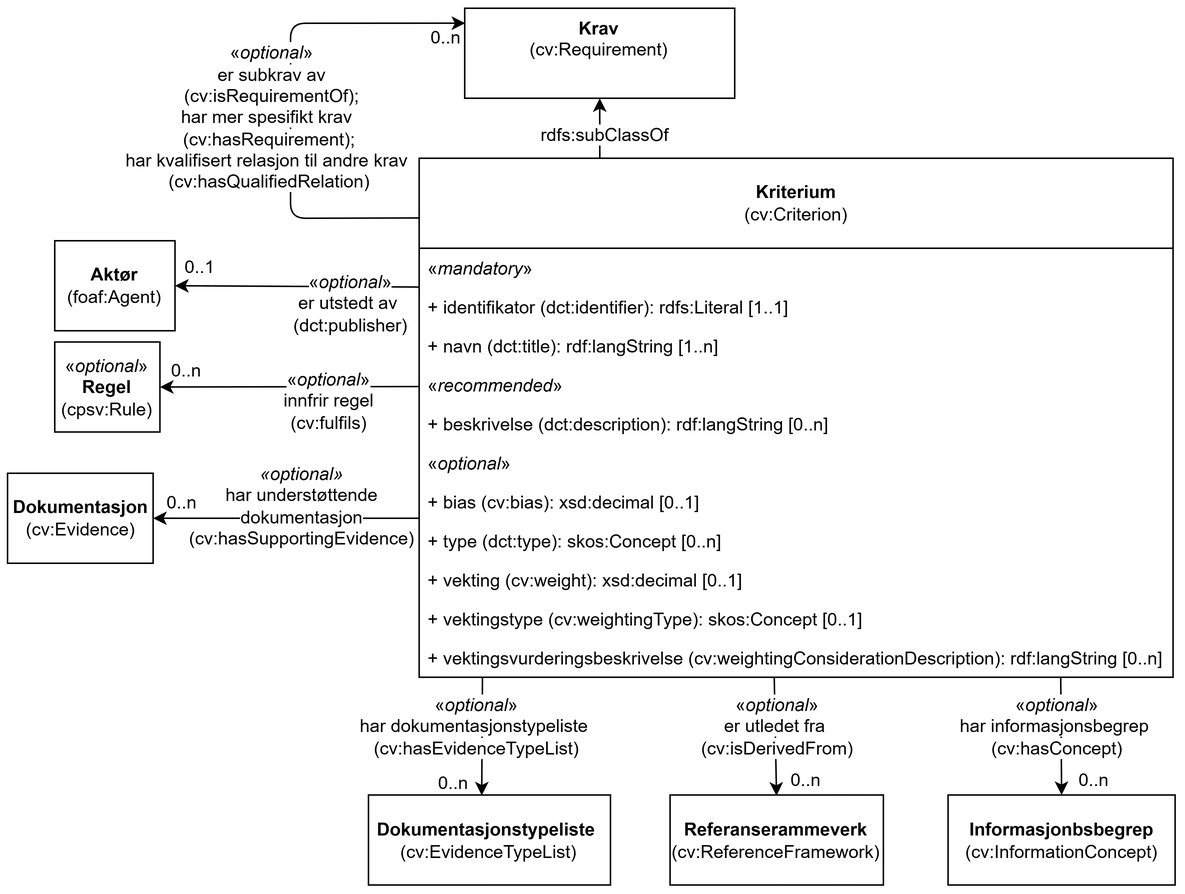
Before: docs/images/KlassenKriterium.png, a diagram exported from draw.io (Informasjonsforvaltning/cccev-ap-no). Source tidied: cells renumbered, new cells last; positions are measured from the earlier drawing's top-left corner, leaving out a move shared by most shapes.
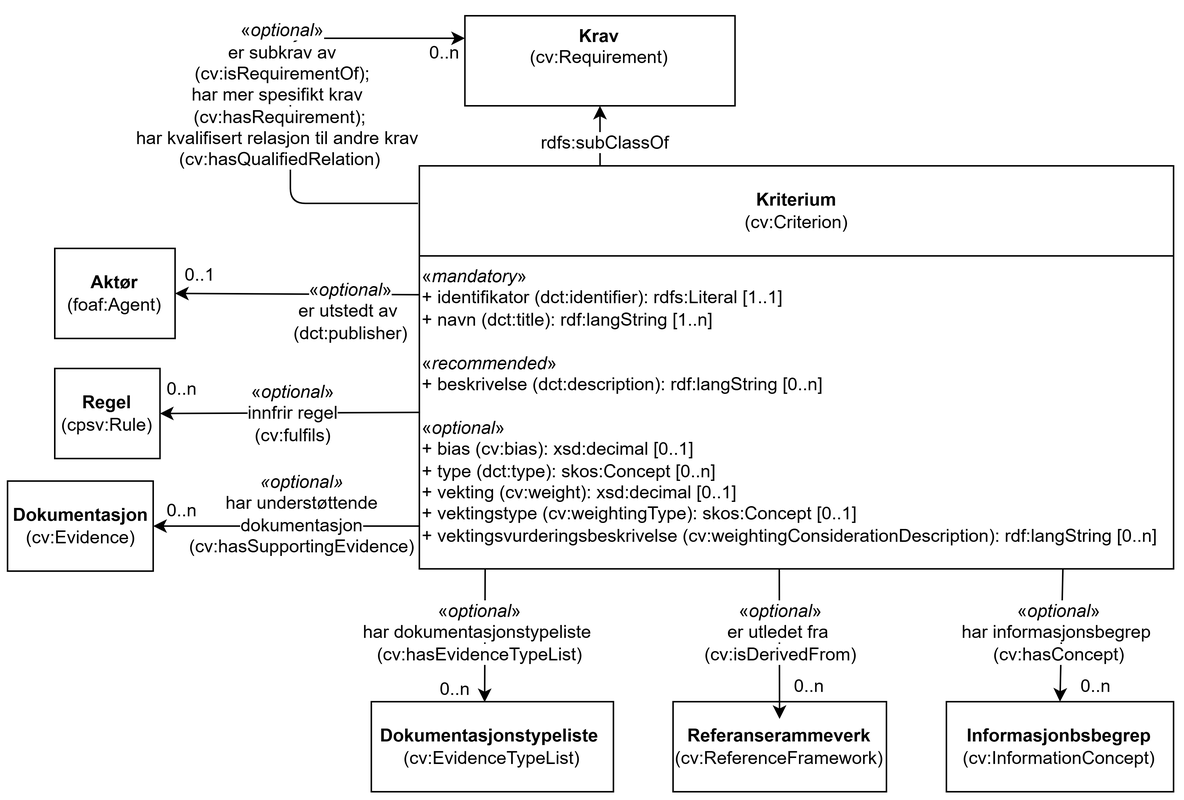
The same file after the commit.

Diff of the diagram source:
```diff
@@ -2,51 +2,54 @@
   <root>
     <mxCell id="0" />
     <mxCell id="1" parent="0" />
-    <mxCell id="2" value="«&lt;i&gt;optional&lt;/i&gt;»&lt;br&gt;&lt;b&gt;Regel&lt;/b&gt;&lt;br&gt;(cpsv:Rule)" style="rounded=0;whiteSpace=wrap;html=1;fillColor=none;strokeColor=#000000;" parent="1" vertex="1">
-      <mxGeometry x="31" y="222.5" width="70.1" height="60" as="geometry" />
+    <mxCell id="2" value="&lt;b&gt;Regel&lt;/b&gt;&lt;br&gt;(cpsv:Rule)" style="rounded=0;whiteSpace=wrap;html=1;fillColor=none;strokeColor=#000000;" parent="1" vertex="1">
+      <mxGeometry x="31" y="235" width="70.1" height="60" as="geometry" />
     </mxCell>
-    <mxCell id="3" style="endArrow=classic;html=1;rounded=0;entryX=1;entryY=0.5;entryDx=0;entryDy=0;exitX=-0.001;exitY=0.87;exitDx=0;exitDy=0;exitPerimeter=0;" parent="1" edge="1" target="2">
-      <mxGeometry relative="1" as="geometry">
-        <mxPoint x="273.7" y="252.2" as="sourcePoint" />
-      </mxGeometry>
+    <mxCell id="3" style="endArrow=classic;html=1;rounded=0;entryX=1;entryY=0.5;entryDx=0;entryDy=0;exitX=0;exitY=0.5;exitDx=0;exitDy=0;" parent="1" edge="1" source="44" target="2">
+      <mxGeometry relative="1" as="geometry" />
     </mxCell>
     <mxCell id="4" value="&lt;span style=&quot;background-color: rgb(255, 255, 255);&quot;&gt;«&lt;i style=&quot;&quot;&gt;optional&lt;/i&gt;»&lt;br&gt;innfrir regel&lt;br&gt;(cv:fulfils)&lt;/span&gt;" style="text;html=1;strokeColor=none;fillColor=none;align=center;verticalAlign=middle;whiteSpace=wrap;rounded=0;" parent="1" vertex="1">
-      <mxGeometry x="156.9" y="235.5" width="113.6" height="52" as="geometry" />
+      <mxGeometry x="132.6" y="239" width="113.6" height="52" as="geometry" />
     </mxCell>
     <mxCell id="5" value="0..n" style="text;html=1;strokeColor=none;fillColor=none;align=center;verticalAlign=middle;whiteSpace=wrap;rounded=0;" parent="1" vertex="1">
-      <mxGeometry x="102" y="231.5" width="34" height="20" as="geometry" />
+      <mxGeometry x="98.6" y="239" width="34" height="20" as="geometry" />
     </mxCell>
     <mxCell id="6" value="&lt;b&gt;Informasjonbsbegrep&lt;/b&gt;&lt;br&gt;(cv:InformationConcept)" style="rounded=0;whiteSpace=wrap;html=1;fillColor=none;strokeColor=#000000;" parent="1" vertex="1">
-      <mxGeometry x="626.5" y="524.5" width="151.4" height="60" as="geometry" />
+      <mxGeometry x="625.2" y="457" width="151.4" height="60" as="geometry" />
     </mxCell>
-    <mxCell id="7" style="endArrow=classic;html=1;rounded=0;entryX=0.5;entryY=0;entryDx=0;entryDy=0;exitX=0.851;exitY=0.987;exitDx=0;exitDy=0;exitPerimeter=0;" parent="1" edge="1" source="34" target="6">
-      <mxGeometry relative="1" as="geometry" />
+    <mxCell id="7" style="endArrow=classic;html=1;rounded=0;entryX=0.5;entryY=0;entryDx=0;entryDy=0;" parent="1" edge="1" target="6">
+      <mxGeometry relative="1" as="geometry">
+        <mxPoint x="702.8" y="368.5" as="sourcePoint" />
+      </mxGeometry>
     </mxCell>
     <mxCell id="8" value="0..n" style="text;html=1;strokeColor=none;fillColor=none;align=center;verticalAlign=middle;whiteSpace=wrap;rounded=0;" parent="1" vertex="1">
-      <mxGeometry x="710.5" y="504.5" width="26" height="20" as="geometry" />
+      <mxGeometry x="712.3" y="437" width="26" height="20" as="geometry" />
     </mxCell>
     <mxCell id="9" value="&lt;b&gt;Dokumentasjonstypeliste&amp;nbsp;&lt;br&gt;&lt;/b&gt;(cv:EvidenceTypeList)" style="rounded=0;whiteSpace=wrap;html=1;fillColor=none;strokeColor=#000000;" parent="1" vertex="1">
-      <mxGeometry x="240.1" y="524.5" width="161.3" height="60" as="geometry" />
+      <mxGeometry x="241.9" y="457" width="161.3" height="60" as="geometry" />
     </mxCell>
-    <mxCell id="10" style="endArrow=classic;html=1;rounded=0;exitX=0.084;exitY=0.985;exitDx=0;exitDy=0;exitPerimeter=0;entryX=0.468;entryY=0.005;entryDx=0;entryDy=0;entryPerimeter=0;" parent="1" edge="1" source="34" target="9">
-      <mxGeometry relative="1" as="geometry" />
+    <mxCell id="10" style="endArrow=classic;html=1;rounded=0;entryX=0.468;entryY=0.005;entryDx=0;entryDy=0;entryPerimeter=0;" parent="1" edge="1" target="9">
+      <mxGeometry relative="1" as="geometry">
+        <mxPoint x="317.8" y="368.5" as="sourcePoint" />
+      </mxGeometry>
     </mxCell>
     <mxCell id="11" value="&lt;span style=&quot;background-color: rgb(255, 255, 255);&quot;&gt;«&lt;i style=&quot;&quot;&gt;optional&lt;/i&gt;»&lt;br&gt;har dokumentasjonstypeliste&amp;nbsp;&lt;br&gt;(cv:hasEvidenceTypeList)&lt;/span&gt;" style="text;html=1;strokeColor=none;fillColor=none;align=center;verticalAlign=middle;whiteSpace=wrap;rounded=0;" parent="1" vertex="1">
-      <mxGeometry x="224.2" y="452.5" width="177.3" height="52" as="geometry" />
+      <mxGeometry x="226" y="385" width="177.3" height="52" as="geometry" />
     </mxCell>
     <mxCell id="12" value="0..n" style="text;html=1;strokeColor=none;fillColor=none;align=center;verticalAlign=middle;whiteSpace=wrap;rounded=0;" parent="1" vertex="1">
-      <mxGeometry x="283.5" y="506.5" width="26" height="20" as="geometry" />
+      <mxGeometry x="285.3" y="439" width="26" height="20" as="geometry" />
     </mxCell>
-    <mxCell id="13" style="endArrow=none;html=1;rounded=1;exitX=0.002;exitY=0.166;exitDx=0;exitDy=0;endFill=0;startArrow=classic;startFill=1;entryX=0.001;entryY=0.115;entryDx=0;entryDy=0;entryPerimeter=0;exitPerimeter=0;" parent="1" edge="1" source="36" target="23">
+    <mxCell id="13" style="endArrow=classic;html=1;rounded=1;endFill=1;startArrow=none;startFill=0;entryX=0;entryY=0.25;entryDx=0;entryDy=0;" parent="1" edge="1" target="36">
       <mxGeometry relative="1" as="geometry">
+        <mxPoint x="273" y="125" as="sourcePoint" />
         <Array as="points">
-          <mxPoint x="188.2" y="10" />
-          <mxPoint x="188.2" y="140" />
+          <mxPoint x="188" y="125" />
+          <mxPoint x="188" y="15" />
         </Array>
       </mxGeometry>
     </mxCell>
     <mxCell id="14" value="0..n" style="text;html=1;strokeColor=none;fillColor=none;align=center;verticalAlign=middle;whiteSpace=wrap;rounded=0;" parent="1" vertex="1">
-      <mxGeometry x="278.7" y="9.5" width="26" height="20" as="geometry" />
+      <mxGeometry x="278.3" y="15" width="26" height="20" as="geometry" />
     </mxCell>
     <mxCell id="15" value="&lt;b&gt;Aktør&lt;/b&gt;&lt;br&gt;(foaf:Agent)" style="rounded=0;whiteSpace=wrap;html=1;fillColor=none;strokeColor=#000000;" parent="1" vertex="1">
       <mxGeometry x="31" y="155" width="80.2" height="60" as="geometry" />
@@ -63,57 +66,28 @@
       <mxGeometry x="182.8" y="170.5" width="91" height="52" as="geometry" />
     </mxCell>
     <mxCell id="19" value="&lt;b&gt;Referanserammeverk&lt;/b&gt;&lt;br&gt;(cv:ReferenceFramework)" style="rounded=0;whiteSpace=wrap;html=1;fillColor=none;strokeColor=#000000;" parent="1" vertex="1">
-      <mxGeometry x="441.2" y="524.5" width="142.2" height="60" as="geometry" />
+      <mxGeometry x="443" y="457" width="142.2" height="60" as="geometry" />
     </mxCell>
-    <mxCell id="20" style="endArrow=classic;html=1;rounded=1;exitX=0.471;exitY=1.008;exitDx=0;exitDy=0;exitPerimeter=0;" parent="1" edge="1" source="34">
+    <mxCell id="20" style="endArrow=classic;html=1;rounded=1;" parent="1" edge="1">
       <mxGeometry relative="1" as="geometry">
-        <mxPoint x="512.2" y="525" as="targetPoint" />
+        <mxPoint x="513.8" y="368.5" as="sourcePoint" />
+        <mxPoint x="514" y="468.5" as="targetPoint" />
       </mxGeometry>
     </mxCell>
     <mxCell id="21" value="&lt;span style=&quot;background-color: rgb(255, 255, 255);&quot;&gt;«&lt;i style=&quot;&quot;&gt;optional&lt;/i&gt;»&lt;br&gt;er utledet fra&amp;nbsp;&lt;br&gt;(cv:isDerivedFrom)&lt;/span&gt;" style="text;html=1;strokeColor=none;fillColor=none;align=center;verticalAlign=middle;whiteSpace=wrap;rounded=0;" parent="1" vertex="1">
-      <mxGeometry x="473.3" y="452.5" width="80" height="52" as="geometry" />
+      <mxGeometry x="475.1" y="385" width="80" height="52" as="geometry" />
     </mxCell>
     <mxCell id="22" value="0..n" style="text;html=1;strokeColor=none;fillColor=none;align=center;verticalAlign=middle;whiteSpace=wrap;rounded=0;" parent="1" vertex="1">
-      <mxGeometry x="519.3" y="504.5" width="26" height="20" as="geometry" />
+      <mxGeometry x="521.1" y="437" width="26" height="20" as="geometry" />
     </mxCell>
     <mxCell id="23" value="&lt;b style=&quot;border-color: var(--border-color);&quot;&gt;Kriterium&lt;/b&gt;&lt;br style=&quot;border-color: var(--border-color);&quot;&gt;(cv:Criterion)" style="swimlane;fontStyle=0;horizontal=1;startSize=60;fillColor=none;whiteSpace=wrap;html=1;" parent="1" vertex="1">
-      <mxGeometry x="273.9" y="100" width="502.6" height="346" as="geometry" />
+      <mxGeometry x="273.9" y="100" width="502.6" height="268.5" as="geometry" />
     </mxCell>
-    <mxCell id="24" value="«&lt;i&gt;mandatory&lt;/i&gt;»" style="text;align=left;verticalAlign=top;spacingLeft=4;spacingRight=4;overflow=hidden;whiteSpace=wrap;html=1;fillColor=none;" parent="23" vertex="1">
-      <mxGeometry y="60" width="502.6" height="26" as="geometry" />
-    </mxCell>
-    <mxCell id="25" value="+&amp;nbsp;identifikator&amp;nbsp;(dct:identifier): rdfs:Literal [1..1]" style="text;align=left;verticalAlign=top;spacingLeft=4;spacingRight=4;overflow=hidden;whiteSpace=wrap;html=1;fillColor=none;" parent="23" vertex="1">
-      <mxGeometry y="86" width="502.6" height="26" as="geometry" />
-    </mxCell>
-    <mxCell id="26" value="+&amp;nbsp;navn (dct:title): rdf:langString [1..n]" style="text;align=left;verticalAlign=top;spacingLeft=4;spacingRight=4;overflow=hidden;whiteSpace=wrap;html=1;fillColor=none;" parent="23" vertex="1">
-      <mxGeometry y="112" width="502.6" height="26" as="geometry" />
-    </mxCell>
-    <mxCell id="27" value="«&lt;i style=&quot;&quot;&gt;recommended&lt;/i&gt;»" style="text;align=left;verticalAlign=top;spacingLeft=4;spacingRight=4;overflow=hidden;whiteSpace=wrap;html=1;fillColor=none;" parent="23" vertex="1">
-      <mxGeometry y="138" width="502.6" height="26" as="geometry" />
-    </mxCell>
-    <mxCell id="28" value="+&amp;nbsp;beskrivelse (dct:description): rdf:langString [0..n]" style="text;align=left;verticalAlign=top;spacingLeft=4;spacingRight=4;overflow=hidden;whiteSpace=wrap;html=1;fillColor=none;" parent="23" vertex="1">
-      <mxGeometry y="164" width="502.6" height="26" as="geometry" />
-    </mxCell>
-    <mxCell id="29" value="«&lt;i&gt;optional&lt;/i&gt;»" style="text;align=left;verticalAlign=top;spacingLeft=4;spacingRight=4;overflow=hidden;whiteSpace=wrap;html=1;fillColor=none;" parent="23" vertex="1">
-      <mxGeometry y="190" width="502.6" height="26" as="geometry" />
-    </mxCell>
-    <mxCell id="30" value="+&amp;nbsp;bias (cv:bias): xsd:decimal [0..1]" style="text;align=left;verticalAlign=top;spacingLeft=4;spacingRight=4;overflow=hidden;whiteSpace=wrap;html=1;fillColor=none;" parent="23" vertex="1">
-      <mxGeometry y="216" width="502.6" height="26" as="geometry" />
-    </mxCell>
-    <mxCell id="31" value="+&amp;nbsp;type (dct:type): skos:Concept [0..n]" style="text;align=left;verticalAlign=top;spacingLeft=4;spacingRight=4;overflow=hidden;whiteSpace=wrap;html=1;fillColor=none;" parent="23" vertex="1">
-      <mxGeometry y="242" width="502.6" height="26" as="geometry" />
-    </mxCell>
-    <mxCell id="32" value="+&amp;nbsp;vekting (cv:weight): xsd:decimal [0..1]" style="text;align=left;verticalAlign=top;spacingLeft=4;spacingRight=4;overflow=hidden;whiteSpace=wrap;html=1;fillColor=none;" parent="23" vertex="1">
-      <mxGeometry y="268" width="502.6" height="26" as="geometry" />
-    </mxCell>
-    <mxCell id="33" value="+&amp;nbsp;vektingstype (cv:weightingType): skos:Concept [0..1]" style="text;align=left;verticalAlign=top;spacingLeft=4;spacingRight=4;overflow=hidden;whiteSpace=wrap;html=1;fillColor=none;" parent="23" vertex="1">
-      <mxGeometry y="294" width="502.6" height="26" as="geometry" />
-    </mxCell>
-    <mxCell id="34" value="+&amp;nbsp;vektingsvurderingsbeskrivelse (cv:weightingConsiderationDescription): rdf:langString [0..n]" style="text;align=left;verticalAlign=top;spacingLeft=4;spacingRight=4;overflow=hidden;points=[[0,0.5],[1,0.5]];portConstraint=eastwest;whiteSpace=wrap;html=1;fillColor=none;" parent="23" vertex="1">
-      <mxGeometry y="320" width="502.6" height="26" as="geometry" />
-    </mxCell>
+    <mxCell id="44" value="«&lt;i&gt;mandatory&lt;/i&gt;»&lt;div&gt;+ identifikator (dct:identifier): rdfs:Literal [1..1]&lt;/div&gt;&lt;div&gt;+ navn (dct:title): rdf:langString [1..n]&lt;/div&gt;&lt;div&gt;&lt;br&gt;&lt;/div&gt;&lt;div&gt;«&lt;i&gt;recommended&lt;/i&gt;»&lt;/div&gt;&lt;div&gt;+ beskrivelse (dct:description): rdf:langString [0..n]&lt;/div&gt;&lt;div&gt;&lt;br&gt;&lt;/div&gt;&lt;div&gt;«&lt;i&gt;optional&lt;/i&gt;»&lt;/div&gt;&lt;div&gt;+ bias (cv:bias): xsd:decimal [0..1]&lt;/div&gt;&lt;div&gt;+ type (dct:type): skos:Concept [0..n]&lt;/div&gt;&lt;div&gt;+ vekting (cv:weight): xsd:decimal [0..1]&lt;/div&gt;&lt;div&gt;+ vektingstype (cv:weightingType): skos:Concept [0..1]&lt;/div&gt;&lt;div&gt;+ vektingsvurderingsbeskrivelse (cv:weightingConsiderationDescription): rdf:langString [0..n]&lt;/div&gt;" style="text;html=1;whiteSpace=wrap;strokeColor=none;fillColor=none;align=left;verticalAlign=top;rounded=0;" parent="23" vertex="1">
+      <mxGeometry y="60" width="502.6" height="208.5" as="geometry" />
+    </mxCell>
     <mxCell id="35" value="&lt;span style=&quot;background-color: rgb(255, 255, 255);&quot;&gt;«&lt;i style=&quot;&quot;&gt;optional&lt;/i&gt;»&lt;br&gt;er subkrav av&lt;br&gt;(cv:isRequirementOf);&lt;br&gt;har mer spesifikt krav&amp;nbsp;&amp;nbsp;&lt;br&gt;(cv:hasRequirement);&amp;nbsp;&lt;br&gt;har kvalifisert relasjon til andre krav&amp;nbsp;&amp;nbsp;&lt;br&gt;(cv:hasQualifiedRelation)&amp;nbsp;&lt;/span&gt;&lt;span style=&quot;background-color: rgb(255, 255, 0);&quot;&gt;&lt;br&gt;&lt;/span&gt;" style="text;html=1;strokeColor=none;fillColor=none;align=center;verticalAlign=middle;whiteSpace=wrap;rounded=0;" parent="1" vertex="1">
-      <mxGeometry x="74.3" y="15" width="204.4" height="115" as="geometry" />
+      <mxGeometry x="81" y="-5" width="204.4" height="115" as="geometry" />
     </mxCell>
     <mxCell id="36" value="&lt;b&gt;Krav&lt;br&gt;&lt;/b&gt;(cv:Requirement)" style="rounded=0;whiteSpace=wrap;html=1;verticalAlign=top;fontFamily=Helvetica;fontSize=12;fillColor=none;" parent="1" vertex="1">
       <mxGeometry x="304.3" width="180" height="60" as="geometry" />
@@ -127,7 +101,7 @@
       <mxGeometry x="368" y="70" width="60" height="30" as="geometry" />
     </mxCell>
     <mxCell id="39" value="&lt;span style=&quot;background-color: rgb(255, 255, 255);&quot;&gt;«&lt;i style=&quot;&quot;&gt;optional&lt;/i&gt;»&lt;br style=&quot;border-color: var(--border-color);&quot;&gt;har informasjonsbegrep&amp;nbsp;&lt;br style=&quot;border-color: var(--border-color);&quot;&gt;(cv:hasConcept)&lt;/span&gt;" style="text;html=1;strokeColor=none;fillColor=none;align=center;verticalAlign=middle;whiteSpace=wrap;rounded=0;" parent="1" vertex="1">
-      <mxGeometry x="626.5" y="452.5" width="145" height="52" as="geometry" />
+      <mxGeometry x="628.3" y="385" width="145" height="52" as="geometry" />
     </mxCell>
     <mxCell id="40" value="&lt;b&gt;Dokumentasjon&lt;/b&gt;&lt;br&gt;(cv:Evidence)" style="rounded=0;whiteSpace=wrap;html=1;fillColor=none;strokeColor=#000000;" parent="1" vertex="1">
       <mxGeometry x="-0.5" y="310" width="97" height="60" as="geometry" />
```
